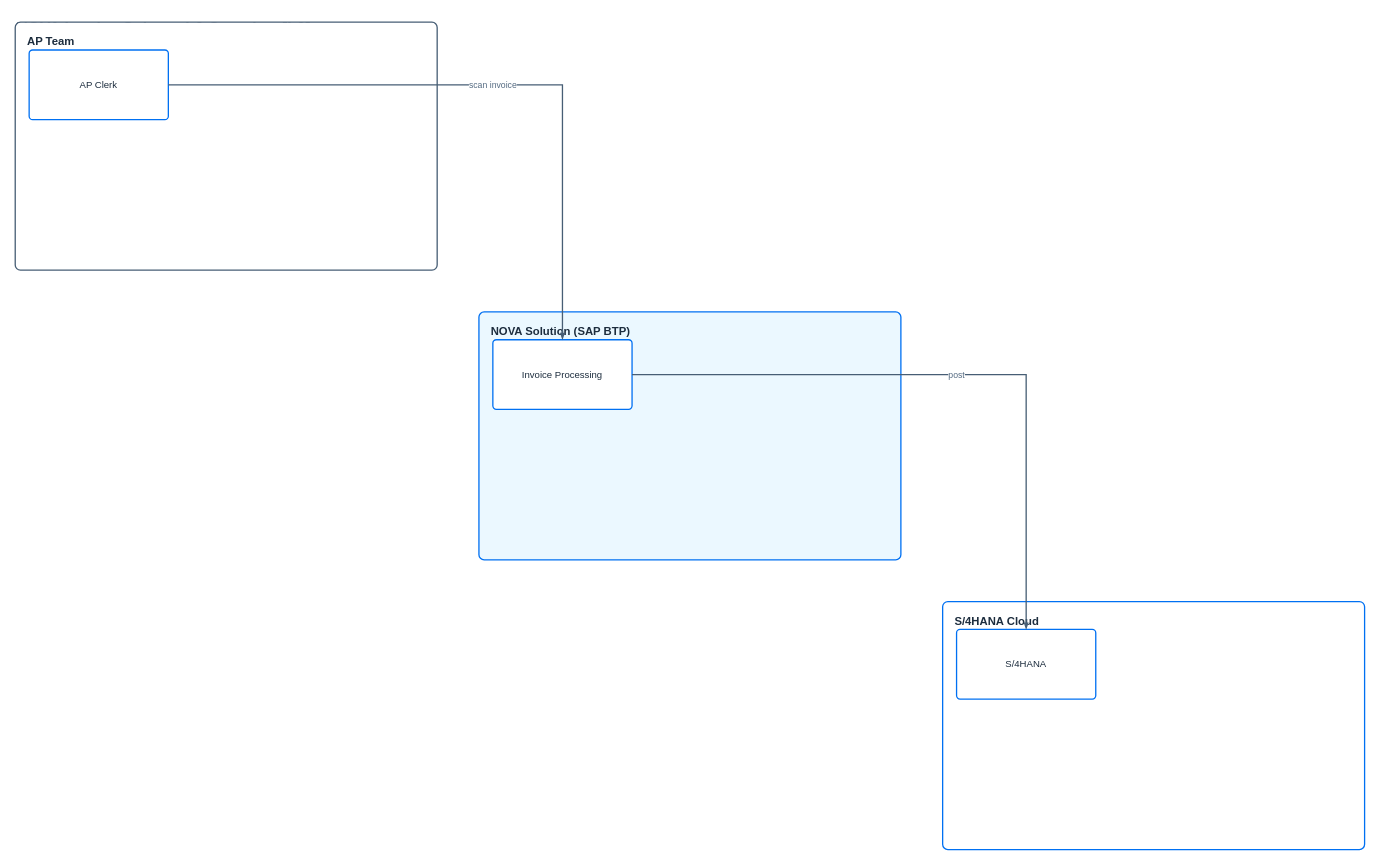
Before: skills/sap-diagram-generate/templates/L0-base.drawio in Raistlin82/sap-diagrams-pro, a draw.io diagram. Source tidied: cells renumbered, new cells numbered last; positions are measured from the earlier drawing's top-left corner, leaving out a move shared by most shapes. Both pictures are drawn from the tidied source at 87%, with x=0, y=0 at pixel (15, 15).
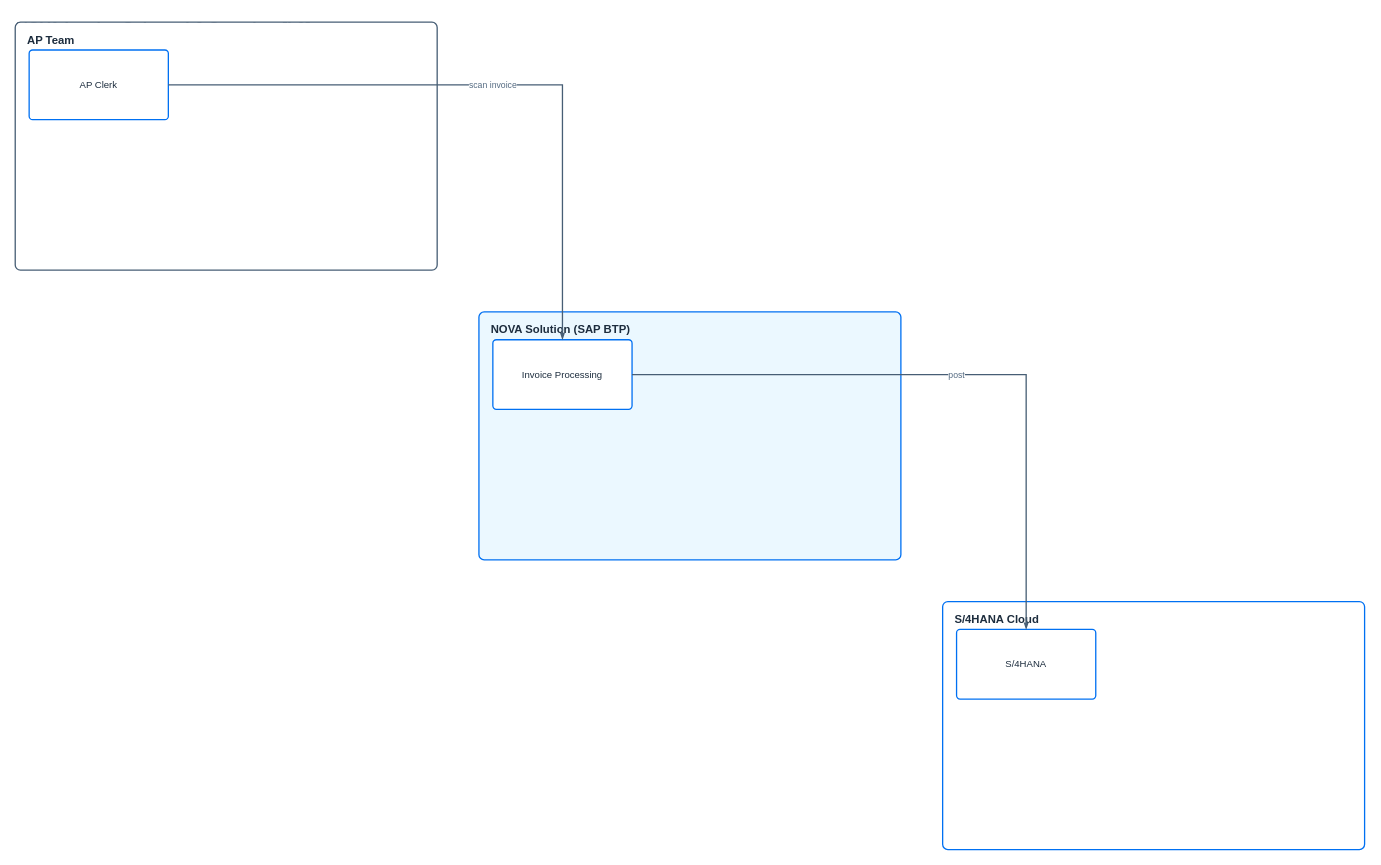
After the change.

What changed in the source:
```diff
@@
 <mxGraphModel>
   <root>
     <mxCell id="0" />
     <mxCell id="1" parent="0" />
     <mxCell id="2" value="NOVA Invoice Suite — L0 Overview [L0]" style="text;html=1;align=left;verticalAlign=middle;fontColor=#1D2D3E;fontSize=18;fontStyle=1;" parent="1" vertex="1">
       <mxGeometry width="800" height="32" as="geometry" />
     </mxCell>
-    <mxCell id="3" value="AP Team" style="rounded=1;whiteSpace=wrap;html=1;strokeColor=#475E75;fillColor=#FFFFFF;arcSize=12;absoluteArcSize=1;strokeWidth=1.5;verticalAlign=top;align=left;fontColor=#1D2D3E;fontStyle=1;fontSize=13;spacingLeft=12;spacingTop=8;" parent="1" vertex="1">
+    <mxCell id="3" value="AP Team" style="rounded=1;whiteSpace=wrap;html=1;strokeColor=#475E75;fillColor=#FFFFFF;arcSize=12;absoluteArcSize=1;strokeWidth=1.5;verticalAlign=top;align=left;fontColor=#1D2D3E;fontStyle=1;fontSize=13;spacingLeft=12;spacingTop=6;" parent="1" vertex="1">
       <mxGeometry y="8" width="485" height="285" as="geometry" />
     </mxCell>
-    <mxCell id="4" value="NOVA Solution (SAP BTP)" style="rounded=1;whiteSpace=wrap;html=1;strokeColor=#0070F2;fillColor=#EBF8FF;arcSize=12;absoluteArcSize=1;strokeWidth=1.5;verticalAlign=top;align=left;fontColor=#1D2D3E;fontStyle=1;fontSize=13;spacingLeft=12;spacingTop=8;" parent="1" vertex="1">
+    <mxCell id="4" value="NOVA Solution (SAP BTP)" style="rounded=1;whiteSpace=wrap;html=1;strokeColor=#0070F2;fillColor=#EBF8FF;arcSize=12;absoluteArcSize=1;strokeWidth=1.5;verticalAlign=top;align=left;fontColor=#1D2D3E;fontStyle=1;fontSize=13;spacingLeft=12;spacingTop=6;" parent="1" vertex="1">
       <mxGeometry x="533" y="341" width="485" height="285" as="geometry" />
     </mxCell>
-    <mxCell id="5" value="S/4HANA Cloud" style="rounded=1;whiteSpace=wrap;html=1;strokeColor=#0070F2;fillColor=#FFFFFF;arcSize=12;absoluteArcSize=1;strokeWidth=1.5;verticalAlign=top;align=left;fontColor=#1D2D3E;fontStyle=1;fontSize=13;spacingLeft=12;spacingTop=8;" parent="1" vertex="1">
+    <mxCell id="5" value="S/4HANA Cloud" style="rounded=1;whiteSpace=wrap;html=1;strokeColor=#0070F2;fillColor=#FFFFFF;arcSize=12;absoluteArcSize=1;strokeWidth=1.5;verticalAlign=top;align=left;fontColor=#1D2D3E;fontStyle=1;fontSize=13;spacingLeft=12;spacingTop=6;" parent="1" vertex="1">
       <mxGeometry x="1066" y="674" width="485" height="285" as="geometry" />
     </mxCell>
     <mxCell id="6" value="AP Clerk" style="rounded=1;whiteSpace=wrap;html=1;strokeColor=#0070F2;fillColor=#FFFFFF;arcSize=8;absoluteArcSize=1;strokeWidth=1.5;fontColor=#1D2D3E;fontSize=11;align=center;verticalAlign=middle;" parent="1" vertex="1">
       <mxGeometry x="16" y="40" width="160" height="80" as="geometry" />
     </mxCell>
     <mxCell id="7" value="Invoice Processing" style="rounded=1;whiteSpace=wrap;html=1;strokeColor=#0070F2;fillColor=#FFFFFF;arcSize=8;absoluteArcSize=1;strokeWidth=1.5;fontColor=#1D2D3E;fontSize=11;align=center;verticalAlign=middle;" parent="1" vertex="1">
       <mxGeometry x="549" y="373" width="160" height="80" as="geometry" />
     </mxCell>
     <mxCell id="8" value="S/4HANA" style="rounded=1;whiteSpace=wrap;html=1;strokeColor=#0070F2;fillColor=#FFFFFF;arcSize=8;absoluteArcSize=1;strokeWidth=1.5;fontColor=#1D2D3E;fontSize=11;align=center;verticalAlign=middle;" parent="1" vertex="1">
       <mxGeometry x="1082" y="706" width="160" height="80" as="geometry" />
     </mxCell>
     <mxCell id="9" value="scan invoice" style="edgeStyle=orthogonalEdgeStyle;rounded=0;jettySize=auto;html=1;endArrow=blockThin;endFill=1;endSize=4;startSize=4;strokeColor=#475E75;strokeWidth=1.5;dashed=0;fontSize=10;fontColor=#556B82;labelBackgroundColor=#FFFFFF;" parent="1" edge="1" source="6" target="7">
       <mxGeometry relative="1" as="geometry" />
     </mxCell>
     <mxCell id="10" value="post" style="edgeStyle=orthogonalEdgeStyle;rounded=0;jettySize=auto;html=1;endArrow=blockThin;endFill=1;endSize=4;startSize=4;strokeColor=#475E75;strokeWidth=1.5;dashed=0;fontSize=10;fontColor=#556B82;labelBackgroundColor=#FFFFFF;" parent="1" edge="1" source="7" target="8">
       <mxGeometry relative="1" as="geometry" />
     </mxCell>
   </root>
 </mxGraphModel>
```
